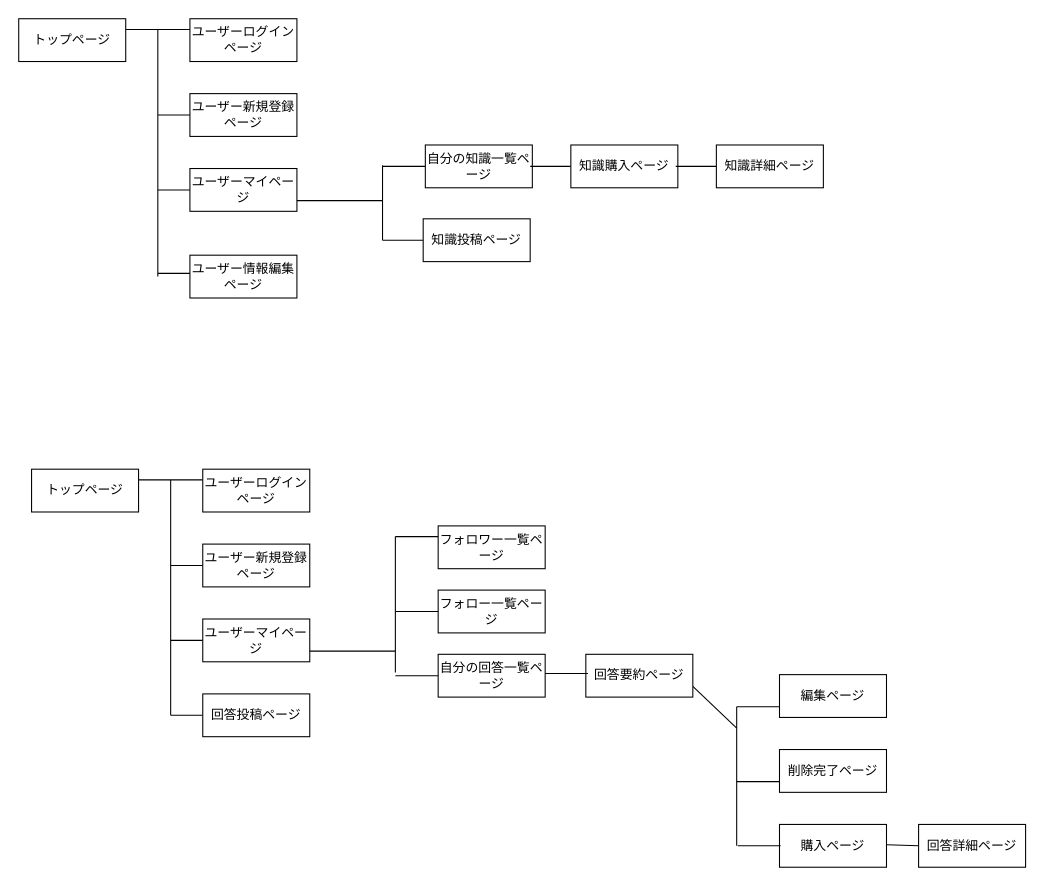
Above: 画面遷移図.dio in kiyotech/originalapp38804 (draw.io), before the change. Source tidied: cells renumbered, new cells numbered last; positions are measured from the earlier drawing's top-left corner, leaving out a move shared by most shapes. Both pictures are drawn from the tidied source at 107%, with x=0, y=0 at pixel (18, 18).
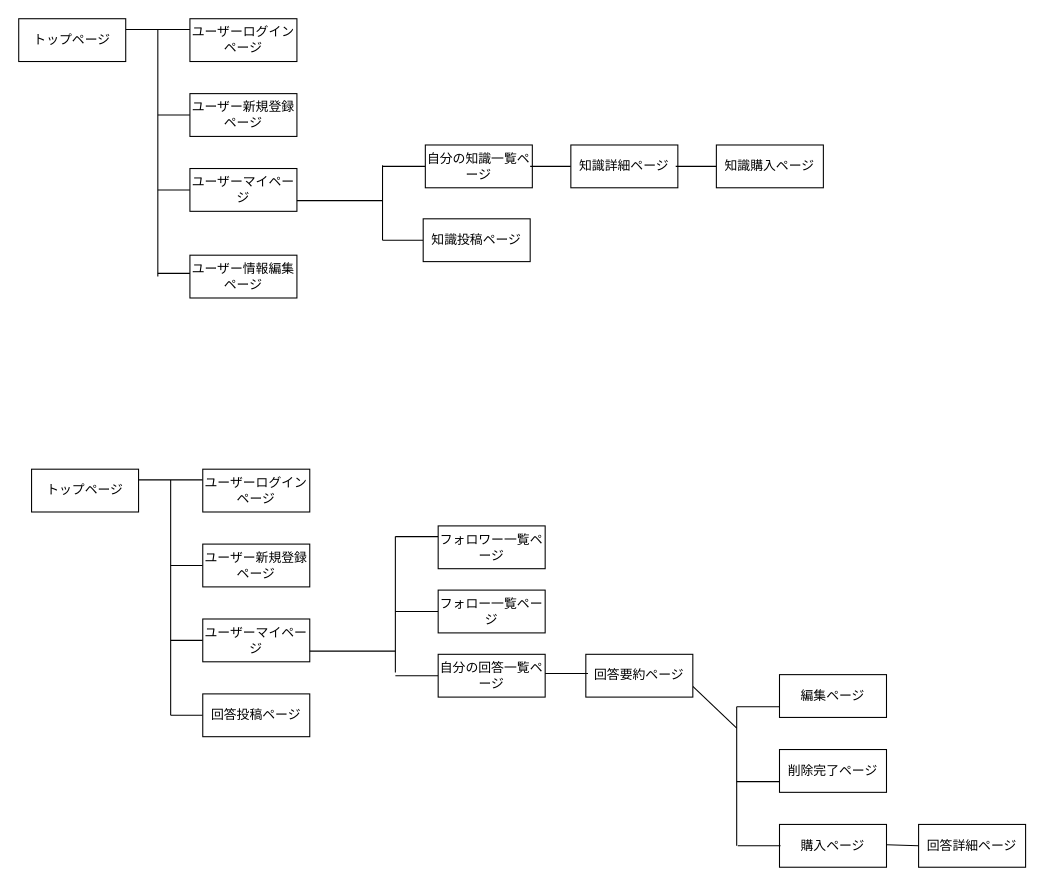
The same diagram, later.

Commit message:
画面遷移図編集

The edit, as a diff of the source:
```diff
@@
-    <mxCell id="47" value="知識購入ページ" style="whiteSpace=wrap;html=1;align=center;" parent="1" vertex="1">
+    <mxCell id="47" value="知識詳細ページ" style="whiteSpace=wrap;html=1;align=center;" parent="1" vertex="1">
       <mxGeometry x="516" y="118" width="100" height="40" as="geometry" />
     </mxCell>
@@
-    <mxCell id="49" value="知識詳細ページ" style="whiteSpace=wrap;html=1;align=center;" parent="1" vertex="1">
+    <mxCell id="49" value="知識購入ページ" style="whiteSpace=wrap;html=1;align=center;" parent="1" vertex="1">
       <mxGeometry x="652" y="118" width="100" height="40" as="geometry" />
     </mxCell>
```
